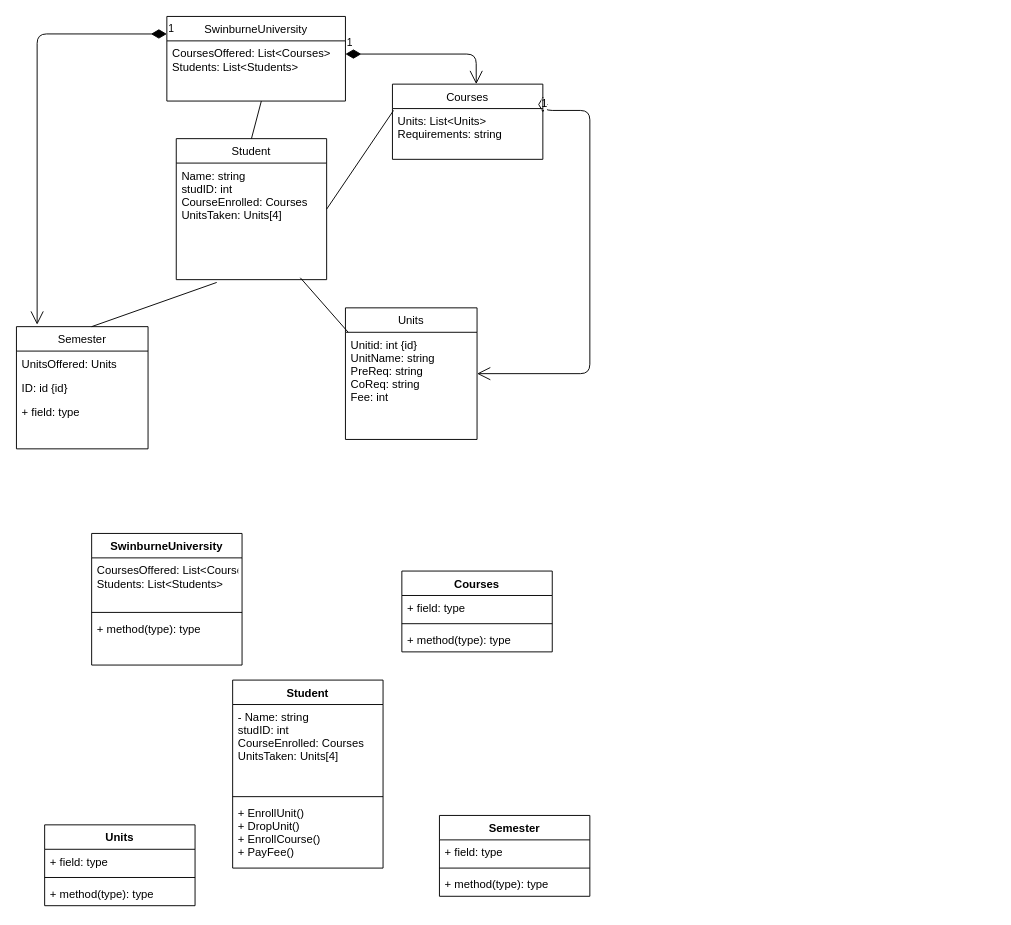
Above: CreditTaskDP1.drawio in LastMinuteBanter/DistinctionTaskUML (draw.io), before the change. Source tidied: cells renumbered, new cells numbered last; positions are measured from the earlier drawing's top-left corner, leaving out a move shared by most shapes. Both pictures are drawn from the tidied source at 94%, with x=0, y=0 at pixel (16, 16).
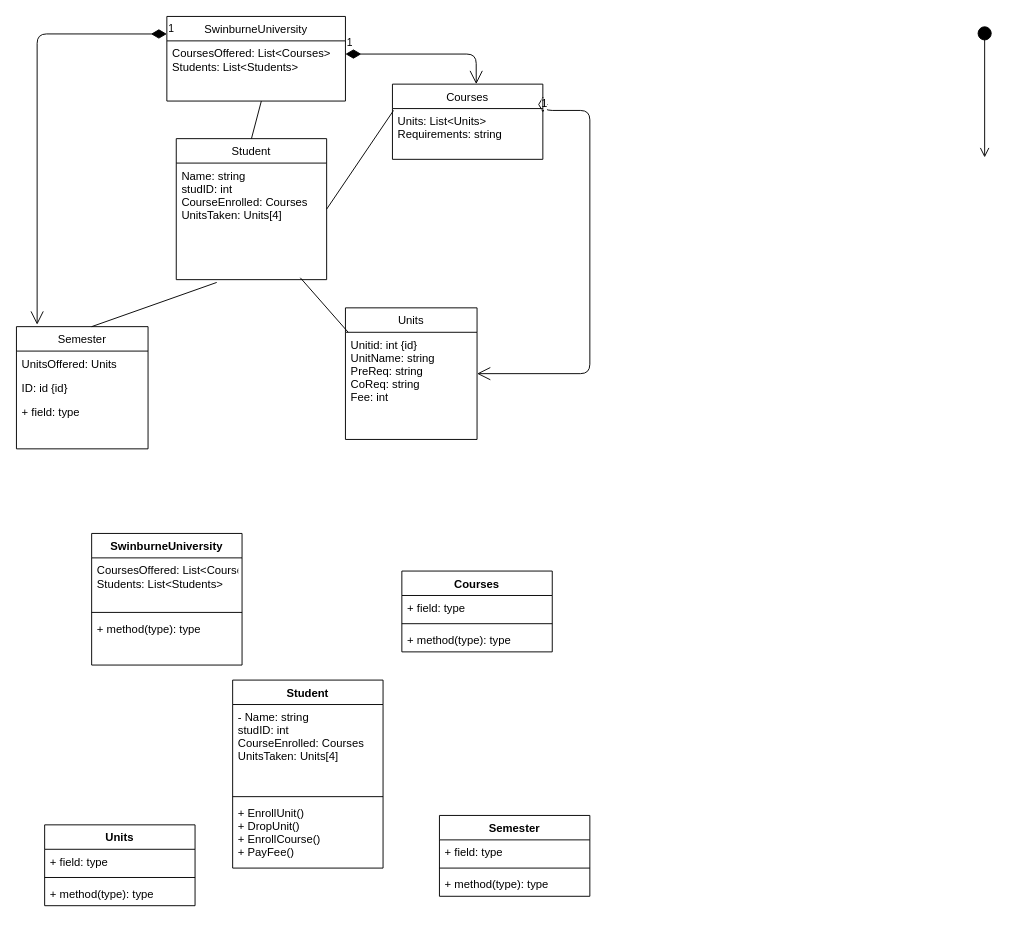
The same page after the edit.

Change to the diagram source:
```diff
@@
+    <mxCell id="41" style="html=1;verticalAlign=bottom;startArrow=circle;startFill=1;endArrow=open;startSize=6;endSize=8;" parent="1" edge="1">
+      <mxGeometry relative="1" as="geometry">
+        <mxPoint x="1030" y="10" as="sourcePoint" />
+        <mxPoint x="1030" y="150" as="targetPoint" />
+      </mxGeometry>
+    </mxCell>
```
